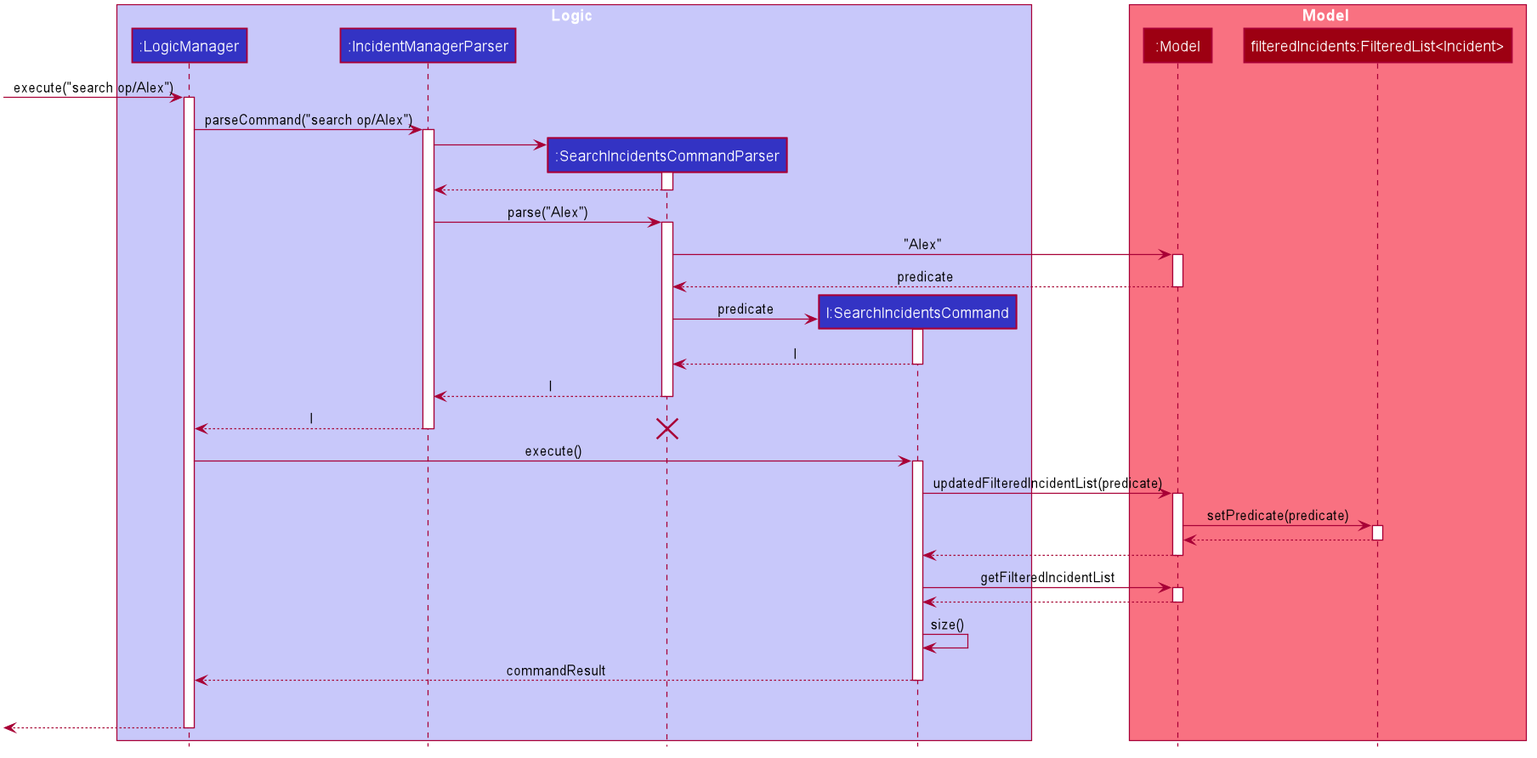
Above: docs/images/FindIncidentsSequenceDiagram.png in nus-cs2103-AY1920S1/addressbook-level3 (PlantUML), before the change. Source of this version:
```plantuml
@startuml








skinparam BackgroundColor #FFFFFFF

skinparam Shadowing false

skinparam Class {
    FontColor #FFFFFF
    BorderThickness 1
    BorderColor #FFFFFF
    StereotypeFontColor #FFFFFF
    FontName Arial
}

skinparam Actor {
    BorderColor #000000
    Color #000000
    FontName Arial
}

skinparam Sequence {
    MessageAlign center
    BoxFontSize 15
    BoxPadding 0
    BoxFontColor #FFFFFF
    FontName Arial
}

skinparam Participant {
    FontColor #FFFFFFF
    Padding 20
}

skinparam MinClassWidth 50
skinparam ParticipantPadding 10
skinparam Shadowing false
skinparam DefaultTextAlignment center
skinparam packageStyle Rectangle

hide footbox
hide members
hide circle

box Logic #C8C8FA
participant ":LogicManager" as LogicManager #3333C4
participant ":IncidentManagerParser" as IncidentManagerParser #3333C4
participant ":SearchIncidentsCommandParser" as SearchIncidentsCommandParser #3333C4
participant "l:SearchIncidentsCommand" as SearchIncidentsCommand #3333C4
end box

box Model #F97181
participant ":Model" as Model #9D0012
participant "filteredIncidents:FilteredList<Incident>" as FilteredList #9D0012
end box
[-> LogicManager : execute("search op/Alex")
activate LogicManager

LogicManager -> IncidentManagerParser : parseCommand("search op/Alex")
activate IncidentManagerParser

create SearchIncidentsCommandParser
IncidentManagerParser -> SearchIncidentsCommandParser
activate SearchIncidentsCommandParser

SearchIncidentsCommandParser --> IncidentManagerParser
deactivate SearchIncidentsCommandParser

IncidentManagerParser -> SearchIncidentsCommandParser : parse("Alex")
activate SearchIncidentsCommandParser

SearchIncidentsCommandParser -> Model : "Alex"
activate Model
Model --> SearchIncidentsCommandParser : predicate
deactivate Model

create SearchIncidentsCommand
SearchIncidentsCommandParser -> SearchIncidentsCommand : predicate
activate SearchIncidentsCommand

SearchIncidentsCommand --> SearchIncidentsCommandParser : l
deactivate SearchIncidentsCommand

SearchIncidentsCommandParser --> IncidentManagerParser : l
deactivate SearchIncidentsCommandParser

IncidentManagerParser --> LogicManager : l
deactivate IncidentManagerParser
destroy SearchIncidentsCommandParser

LogicManager -> SearchIncidentsCommand : execute()
activate SearchIncidentsCommand

SearchIncidentsCommand -> Model : updatedFilteredIncidentList(predicate)
activate Model

Model -> FilteredList : setPredicate(predicate)
activate FilteredList
 FilteredList --> Model :
deactivate FilteredList

Model --> SearchIncidentsCommand
deactivate Model

SearchIncidentsCommand -> Model : getFilteredIncidentList
activate Model

Model --> SearchIncidentsCommand
deactivate Model

SearchIncidentsCommand -> SearchIncidentsCommand : size()

SearchIncidentsCommand --> LogicManager : commandResult
deactivate SearchIncidentsCommand
SearchIncidentsCommand -[hidden]-> LogicManager : commandResult

[<--LogicManager
deactivate LogicManager
@enduml
```
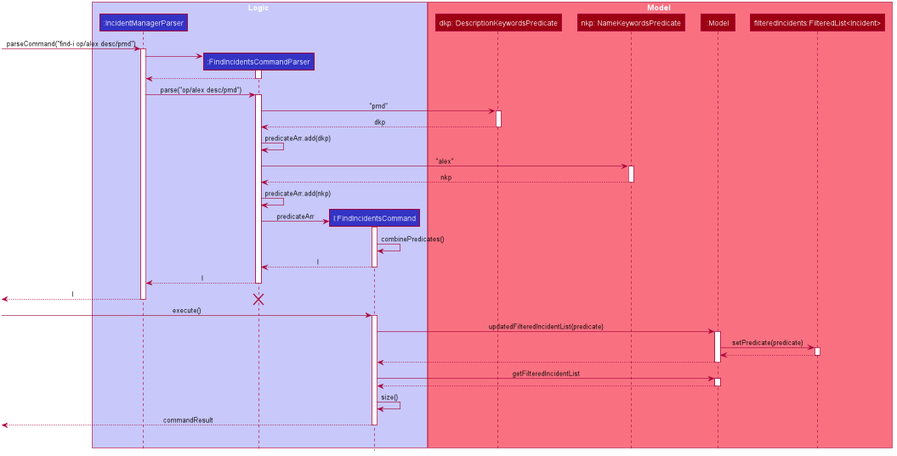
After the change.

Commit message:
Update Find and List Incidents DG

Change to the diagram source:
```diff
@@ -49,55 +49,64 @@
 hide circle
 
 box Logic #C8C8FA
-participant ":LogicManager" as LogicManager #3333C4
 participant ":IncidentManagerParser" as IncidentManagerParser #3333C4
-participant ":SearchIncidentsCommandParser" as SearchIncidentsCommandParser #3333C4
-participant "l:SearchIncidentsCommand" as SearchIncidentsCommand #3333C4
+participant ":FindIncidentsCommandParser" as FindIncidentsCommandParser #3333C4
+participant "l:FindIncidentsCommand" as FindIncidentsCommand #3333C4
 end box
 
 box Model #F97181
+participant "dkp: DescriptionKeywordsPredicate" as DescriptionKeywordsPredicate #9D0012
+participant "nkp: NameKeywordsPredicate" as NameKeywordsPredicate #9D0012
 participant ":Model" as Model #9D0012
 participant "filteredIncidents:FilteredList<Incident>" as FilteredList #9D0012
 end box
-[-> LogicManager : execute("search op/Alex")
-activate LogicManager
-
-LogicManager -> IncidentManagerParser : parseCommand("search op/Alex")
+[-> IncidentManagerParser : parseCommand("find-i op/alex desc/pmd")
 activate IncidentManagerParser
 
-create SearchIncidentsCommandParser
-IncidentManagerParser -> SearchIncidentsCommandParser
-activate SearchIncidentsCommandParser
+create FindIncidentsCommandParser
+IncidentManagerParser -> FindIncidentsCommandParser
+activate FindIncidentsCommandParser
 
-SearchIncidentsCommandParser --> IncidentManagerParser
-deactivate SearchIncidentsCommandParser
+FindIncidentsCommandParser --> IncidentManagerParser
+deactivate FindIncidentsCommandParser
 
-IncidentManagerParser -> SearchIncidentsCommandParser : parse("Alex")
-activate SearchIncidentsCommandParser
+IncidentManagerParser -> FindIncidentsCommandParser : parse("op/alex desc/pmd")
+activate FindIncidentsCommandParser
 
-SearchIncidentsCommandParser -> Model : "Alex"
-activate Model
-Model --> SearchIncidentsCommandParser : predicate
-deactivate Model
+FindIncidentsCommandParser -> DescriptionKeywordsPredicate : "pmd"
+activate DescriptionKeywordsPredicate
+DescriptionKeywordsPredicate --> FindIncidentsCommandParser : dkp
+deactivate DescriptionKeywordsPredicate
 
-create SearchIncidentsCommand
-SearchIncidentsCommandParser -> SearchIncidentsCommand : predicate
-activate SearchIncidentsCommand
+FindIncidentsCommandParser -> FindIncidentsCommandParser : predicateArr.add(dkp)
 
-SearchIncidentsCommand --> SearchIncidentsCommandParser : l
-deactivate SearchIncidentsCommand
+FindIncidentsCommandParser -> NameKeywordsPredicate : "alex"
+activate NameKeywordsPredicate
+NameKeywordsPredicate --> FindIncidentsCommandParser : nkp
+deactivate NameKeywordsPredicate
 
-SearchIncidentsCommandParser --> IncidentManagerParser : l
-deactivate SearchIncidentsCommandParser
+FindIncidentsCommandParser -> FindIncidentsCommandParser : predicateArr.add(nkp)
 
-IncidentManagerParser --> LogicManager : l
+create FindIncidentsCommand
+FindIncidentsCommandParser -> FindIncidentsCommand : predicateArr
+activate FindIncidentsCommand
+
+FindIncidentsCommand -> FindIncidentsCommand : combinePredicates()
+
+FindIncidentsCommand --> FindIncidentsCommandParser : l
+deactivate FindIncidentsCommand
+
+FindIncidentsCommandParser --> IncidentManagerParser : l
+deactivate FindIncidentsCommandParser
+
+IncidentManagerParser -->[  : l
 deactivate IncidentManagerParser
-destroy SearchIncidentsCommandParser
+destroy FindIncidentsCommandParser
 
-LogicManager -> SearchIncidentsCommand : execute()
-activate SearchIncidentsCommand
+[-> FindIncidentsCommand : execute()
+activate FindIncidentsCommand
 
-SearchIncidentsCommand -> Model : updatedFilteredIncidentList(predicate)
+FindIncidentsCommand -> Model : updatedFilteredIncidentList(predicate)
 activate Model
 
 Model -> FilteredList : setPredicate(predicate)
@@ -105,21 +114,18 @@
  FilteredList --> Model :
 deactivate FilteredList
 
-Model --> SearchIncidentsCommand
+Model --> FindIncidentsCommand
 deactivate Model
 
-SearchIncidentsCommand -> Model : getFilteredIncidentList
+FindIncidentsCommand -> Model : getFilteredIncidentList
 activate Model
 
-Model --> SearchIncidentsCommand
+Model --> FindIncidentsCommand
 deactivate Model
 
-SearchIncidentsCommand -> SearchIncidentsCommand : size()
+FindIncidentsCommand -> FindIncidentsCommand : size()
 
-SearchIncidentsCommand --> LogicManager : commandResult
-deactivate SearchIncidentsCommand
-SearchIncidentsCommand -[hidden]-> LogicManager : commandResult
-
-[<--LogicManager
-deactivate LogicManager
+FindIncidentsCommand -->[ : commandResult
+deactivate FindIncidentsCommand
+FindIncidentsCommand -[hidden]->] : commandResult
 @enduml
```
